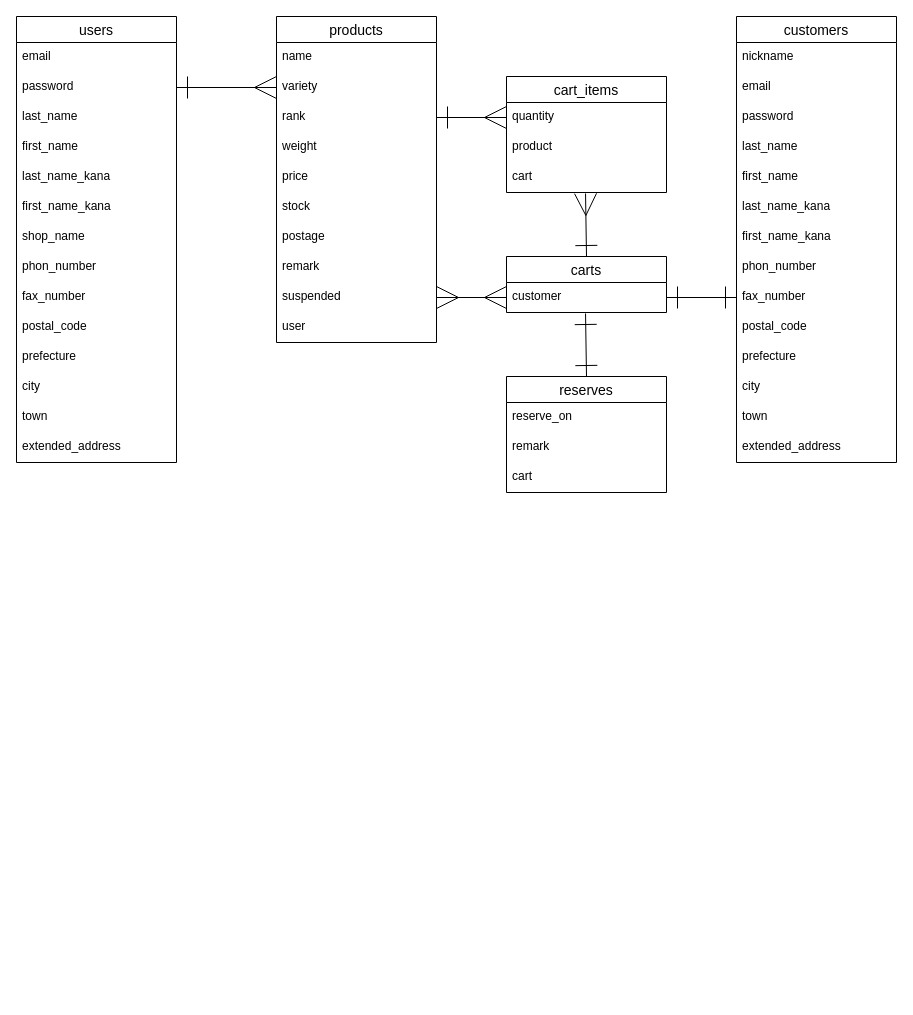
Before: ERD.dio in satoru0725/pearsales2_app, a draw.io diagram. Source tidied: cells renumbered, new cells numbered last; positions are measured from the earlier drawing's top-left corner, leaving out a move shared by most shapes. Both pictures are drawn from the tidied source at 100%, with x=0, y=0 at pixel (16, 16).
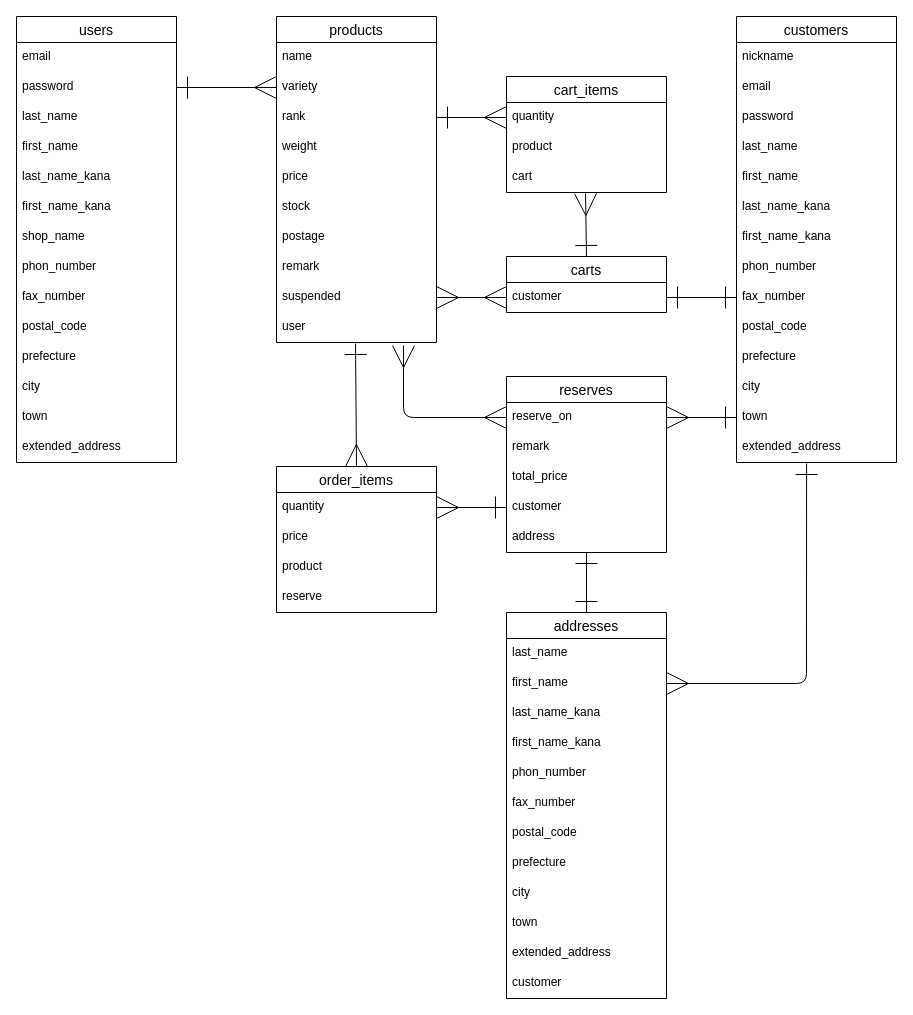
The same diagram, later.

The change refers to these unchanged cells:
```xml
<mxCell id="30" value="town" style="text;strokeColor=none;fillColor=none;spacingLeft=4;spacingRight=4;overflow=hidden;points=[[0,0.5],[1,0.5]];portConstraint=eastwest;fontSize=12;" parent="17" vertex="1">
  <mxGeometry y="386" width="160" height="30" as="geometry" />
</mxCell>
<mxCell id="31" value="extended_address" style="text;strokeColor=none;fillColor=none;spacingLeft=4;spacingRight=4;overflow=hidden;points=[[0,0.5],[1,0.5]];portConstraint=eastwest;fontSize=12;" parent="17" vertex="1">
  <mxGeometry y="416" width="160" height="30" as="geometry" />
</mxCell>
<mxCell id="42" value="user" style="text;strokeColor=none;fillColor=none;spacingLeft=4;spacingRight=4;overflow=hidden;points=[[0,0.5],[1,0.5]];portConstraint=eastwest;fontSize=12;" parent="32" vertex="1">
  <mxGeometry y="296" width="160" height="30" as="geometry" />
</mxCell>
<mxCell id="46" value="customer" style="text;strokeColor=none;fillColor=none;spacingLeft=4;spacingRight=4;overflow=hidden;points=[[0,0.5],[1,0.5]];portConstraint=eastwest;fontSize=12;" parent="45" vertex="1">
  <mxGeometry y="26" width="160" height="30" as="geometry" />
</mxCell>
<mxCell id="53" value="reserve_on" style="text;strokeColor=none;fillColor=none;spacingLeft=4;spacingRight=4;overflow=hidden;points=[[0,0.5],[1,0.5]];portConstraint=eastwest;fontSize=12;" parent="52" vertex="1">
  <mxGeometry y="26" width="160" height="30" as="geometry" />
</mxCell>
```

Change to the diagram source:
```diff
@@
-    <mxCell id="51" style="edgeStyle=none;html=1;exitX=0.5;exitY=0;exitDx=0;exitDy=0;entryX=0.494;entryY=1.033;entryDx=0;entryDy=0;entryPerimeter=0;startArrow=ERone;startFill=0;endArrow=ERone;endFill=0;startSize=20;endSize=20;" parent="1" edge="1" source="52" target="46">
-      <mxGeometry relative="1" as="geometry" />
-    </mxCell>
     <mxCell id="52" value="reserves" style="swimlane;fontStyle=0;horizontal=1;startSize=26;align=center;fontSize=14;" parent="1" vertex="1">
-      <mxGeometry x="490" y="360" width="160" height="116" as="geometry" />
+      <mxGeometry x="490" y="360" width="160" height="176" as="geometry" />
     </mxCell>
@@
+    <mxCell id="59" value="total_price" style="text;strokeColor=none;fillColor=none;spacingLeft=4;spacingRight=4;overflow=hidden;fontSize=12;" parent="52" vertex="1">
+      <mxGeometry y="86" width="160" height="30" as="geometry" />
+    </mxCell>
-    <mxCell id="55" value="cart" style="text;strokeColor=none;fillColor=none;spacingLeft=4;spacingRight=4;overflow=hidden;points=[[0,0.5],[1,0.5]];portConstraint=eastwest;fontSize=12;" parent="52" vertex="1">
-      <mxGeometry y="86" width="160" height="30" as="geometry" />
+    <mxCell id="55" value="customer" style="text;strokeColor=none;fillColor=none;spacingLeft=4;spacingRight=4;overflow=hidden;points=[[0,0.5],[1,0.5]];portConstraint=eastwest;fontSize=12;" parent="52" vertex="1">
+      <mxGeometry y="116" width="160" height="30" as="geometry" />
     </mxCell>
+    <mxCell id="60" value="address" style="text;strokeColor=none;fillColor=none;spacingLeft=4;spacingRight=4;overflow=hidden;points=[[0,0.5],[1,0.5]];portConstraint=eastwest;fontSize=12;" parent="52" vertex="1">
+      <mxGeometry y="146" width="160" height="30" as="geometry" />
+    </mxCell>
@@
+    <mxCell id="61" style="edgeStyle=none;html=1;exitX=0.5;exitY=0;exitDx=0;exitDy=0;startArrow=ERone;startFill=0;endArrow=ERone;endFill=0;startSize=20;endSize=20;" parent="1" edge="1" source="62" target="60">
+      <mxGeometry relative="1" as="geometry" />
+    </mxCell>
+    <mxCell id="62" value="addresses" style="swimlane;fontStyle=0;horizontal=1;startSize=26;align=center;fontSize=14;" parent="1" vertex="1">
+      <mxGeometry x="490" y="596" width="160" height="386" as="geometry" />
+    </mxCell>
+    <mxCell id="63" value="last_name" style="text;strokeColor=none;fillColor=none;spacingLeft=4;spacingRight=4;overflow=hidden;fontSize=12;" parent="62" vertex="1">
+      <mxGeometry y="26" width="160" height="30" as="geometry" />
+    </mxCell>
+    <mxCell id="64" value="first_name" style="text;strokeColor=none;fillColor=none;spacingLeft=4;spacingRight=4;overflow=hidden;points=[[0,0.5],[1,0.5]];portConstraint=eastwest;fontSize=12;" parent="62" vertex="1">
+      <mxGeometry y="56" width="160" height="30" as="geometry" />
+    </mxCell>
+    <mxCell id="65" value="last_name_kana" style="text;strokeColor=none;fillColor=none;spacingLeft=4;spacingRight=4;overflow=hidden;fontSize=12;" parent="62" vertex="1">
+      <mxGeometry y="86" width="160" height="30" as="geometry" />
+    </mxCell>
+    <mxCell id="66" value="first_name_kana" style="text;strokeColor=none;fillColor=none;spacingLeft=4;spacingRight=4;overflow=hidden;fontSize=12;" parent="62" vertex="1">
+      <mxGeometry y="116" width="160" height="30" as="geometry" />
+    </mxCell>
+    <mxCell id="67" value="phon_number" style="text;strokeColor=none;fillColor=none;spacingLeft=4;spacingRight=4;overflow=hidden;fontSize=12;" parent="62" vertex="1">
+      <mxGeometry y="146" width="160" height="30" as="geometry" />
+    </mxCell>
+    <mxCell id="68" value="fax_number" style="text;strokeColor=none;fillColor=none;spacingLeft=4;spacingRight=4;overflow=hidden;fontSize=12;" parent="62" vertex="1">
+      <mxGeometry y="176" width="160" height="30" as="geometry" />
+    </mxCell>
+    <mxCell id="69" value="postal_code" style="text;strokeColor=none;fillColor=none;spacingLeft=4;spacingRight=4;overflow=hidden;fontSize=12;" parent="62" vertex="1">
+      <mxGeometry y="206" width="160" height="30" as="geometry" />
+    </mxCell>
+    <mxCell id="70" value="prefecture" style="text;strokeColor=none;fillColor=none;spacingLeft=4;spacingRight=4;overflow=hidden;fontSize=12;" parent="62" vertex="1">
+      <mxGeometry y="236" width="160" height="30" as="geometry" />
+    </mxCell>
+    <mxCell id="71" value="city" style="text;strokeColor=none;fillColor=none;spacingLeft=4;spacingRight=4;overflow=hidden;fontSize=12;" parent="62" vertex="1">
+      <mxGeometry y="266" width="160" height="30" as="geometry" />
+    </mxCell>
+    <mxCell id="72" value="town" style="text;strokeColor=none;fillColor=none;spacingLeft=4;spacingRight=4;overflow=hidden;fontSize=12;" parent="62" vertex="1">
+      <mxGeometry y="296" width="160" height="30" as="geometry" />
+    </mxCell>
+    <mxCell id="73" value="extended_address" style="text;strokeColor=none;fillColor=none;spacingLeft=4;spacingRight=4;overflow=hidden;fontSize=12;" parent="62" vertex="1">
+      <mxGeometry y="326" width="160" height="30" as="geometry" />
+    </mxCell>
+    <mxCell id="74" value="customer" style="text;strokeColor=none;fillColor=none;spacingLeft=4;spacingRight=4;overflow=hidden;fontSize=12;" parent="62" vertex="1">
+      <mxGeometry y="356" width="160" height="30" as="geometry" />
+    </mxCell>
+    <mxCell id="75" style="edgeStyle=none;html=1;exitX=1;exitY=0.5;exitDx=0;exitDy=0;entryX=0.438;entryY=1.033;entryDx=0;entryDy=0;entryPerimeter=0;endSize=20;startSize=20;endArrow=ERone;endFill=0;startArrow=ERmany;startFill=0;" parent="1" edge="1" source="64" target="31">
+      <mxGeometry relative="1" as="geometry">
+        <Array as="points">
+          <mxPoint x="790" y="667" />
+        </Array>
+      </mxGeometry>
+    </mxCell>
+    <mxCell id="76" style="edgeStyle=none;html=1;exitX=0;exitY=0.5;exitDx=0;exitDy=0;entryX=1;entryY=0.5;entryDx=0;entryDy=0;startArrow=ERone;startFill=0;endArrow=ERmany;endFill=0;startSize=20;endSize=20;" parent="1" edge="1" source="30" target="53">
+      <mxGeometry relative="1" as="geometry" />
+    </mxCell>
+    <mxCell id="77" style="edgeStyle=none;html=1;exitX=0.5;exitY=0;exitDx=0;exitDy=0;entryX=0.494;entryY=1.033;entryDx=0;entryDy=0;entryPerimeter=0;startArrow=ERmany;startFill=0;endArrow=ERone;endFill=0;startSize=20;endSize=20;" parent="1" edge="1" source="78" target="42">
+      <mxGeometry relative="1" as="geometry" />
+    </mxCell>
+    <mxCell id="78" value="order_items" style="swimlane;fontStyle=0;horizontal=1;startSize=26;align=center;fontSize=14;" parent="1" vertex="1">
+      <mxGeometry x="260" y="450" width="160" height="146" as="geometry" />
+    </mxCell>
+    <mxCell id="79" value="quantity" style="text;strokeColor=none;fillColor=none;spacingLeft=4;spacingRight=4;overflow=hidden;points=[[0,0.5],[1,0.5]];portConstraint=eastwest;fontSize=12;" parent="78" vertex="1">
+      <mxGeometry y="26" width="160" height="30" as="geometry" />
+    </mxCell>
+    <mxCell id="80" value="price" style="text;strokeColor=none;fillColor=none;spacingLeft=4;spacingRight=4;overflow=hidden;fontSize=12;" parent="78" vertex="1">
+      <mxGeometry y="56" width="160" height="30" as="geometry" />
+    </mxCell>
+    <mxCell id="81" value="product" style="text;strokeColor=none;fillColor=none;spacingLeft=4;spacingRight=4;overflow=hidden;fontSize=12;" parent="78" vertex="1">
+      <mxGeometry y="86" width="160" height="30" as="geometry" />
+    </mxCell>
+    <mxCell id="82" value="reserve" style="text;strokeColor=none;fillColor=none;spacingLeft=4;spacingRight=4;overflow=hidden;fontSize=12;" parent="78" vertex="1">
+      <mxGeometry y="116" width="160" height="30" as="geometry" />
+    </mxCell>
+    <mxCell id="83" style="edgeStyle=none;html=1;exitX=1;exitY=0.5;exitDx=0;exitDy=0;entryX=0;entryY=0.5;entryDx=0;entryDy=0;startArrow=ERmany;startFill=0;endArrow=ERone;endFill=0;startSize=20;endSize=20;" parent="1" edge="1" source="79" target="55">
+      <mxGeometry relative="1" as="geometry" />
+    </mxCell>
+    <mxCell id="84" style="edgeStyle=none;html=1;exitX=0;exitY=0.5;exitDx=0;exitDy=0;entryX=0.794;entryY=1.1;entryDx=0;entryDy=0;entryPerimeter=0;startArrow=ERmany;startFill=0;endArrow=ERmany;endFill=0;startSize=20;endSize=20;" parent="1" edge="1" source="53" target="42">
+      <mxGeometry relative="1" as="geometry">
+        <Array as="points">
+          <mxPoint x="387" y="401" />
+        </Array>
+      </mxGeometry>
+    </mxCell>
```
